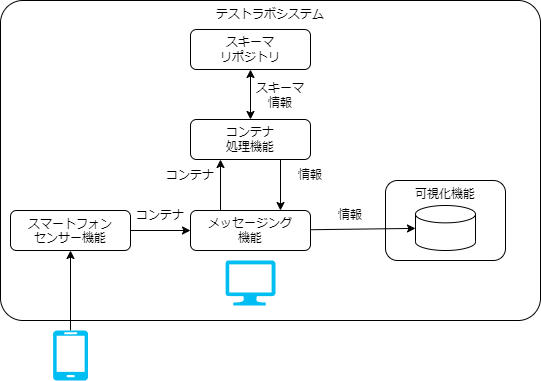
Before: docs/testlab_system/environment/overview_on_pc.drawio.png, a diagram exported from draw.io (data-container-for-wearable-sensor/StartGuide). Source tidied: cells renumbered, new cells last; positions are measured from the earlier drawing's top-left corner, leaving out a move shared by most shapes.
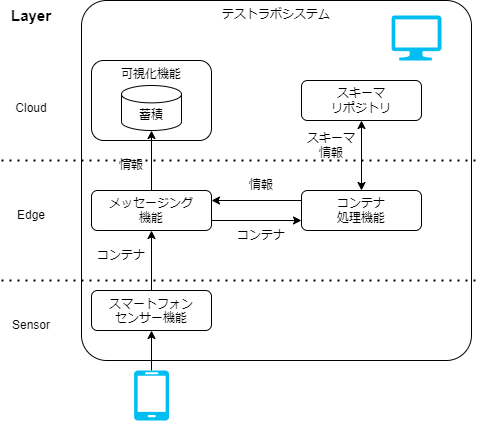
Later version of the same file.

What changed in the source:
```diff
@@ -3,49 +3,49 @@
     <mxCell id="0" />
     <mxCell id="1" parent="0" />
     <mxCell id="2" value="テストラボシステム" style="rounded=1;whiteSpace=wrap;html=1;fillColor=none;align=center;verticalAlign=top;arcSize=7;" parent="1" vertex="1">
-      <mxGeometry width="540" height="320" as="geometry" />
+      <mxGeometry x="110" y="-30" width="390" height="360" as="geometry" />
     </mxCell>
-    <mxCell id="3" style="edgeStyle=none;html=1;exitX=1;exitY=0.5;exitDx=0;exitDy=0;" parent="1" edge="1" source="4" target="6">
+    <mxCell id="3" style="edgeStyle=none;html=1;" parent="1" edge="1" source="4" target="6">
       <mxGeometry relative="1" as="geometry" />
     </mxCell>
     <mxCell id="4" value="&lt;span style=&quot;border-color: var(--border-color);&quot;&gt;スマートフォン&lt;/span&gt;&lt;br style=&quot;border-color: var(--border-color);&quot;&gt;&lt;span style=&quot;border-color: var(--border-color);&quot;&gt;センサー機能&lt;/span&gt;" style="rounded=1;whiteSpace=wrap;html=1;fillColor=none;verticalAlign=top;" parent="1" vertex="1">
-      <mxGeometry x="10" y="210" width="120" height="40" as="geometry" />
+      <mxGeometry x="120" y="260" width="120" height="40" as="geometry" />
     </mxCell>
     <mxCell id="5" style="edgeStyle=none;html=1;" parent="1" edge="1" source="6" target="13">
       <mxGeometry relative="1" as="geometry" />
     </mxCell>
     <mxCell id="6" value="メッセージング&lt;br&gt;機能" style="rounded=1;whiteSpace=wrap;html=1;fillColor=none;" parent="1" vertex="1">
-      <mxGeometry x="190" y="210" width="120" height="40" as="geometry" />
+      <mxGeometry x="120" y="160" width="120" height="40" as="geometry" />
     </mxCell>
     <mxCell id="7" value="コンテナ&lt;br&gt;処理機能" style="rounded=1;whiteSpace=wrap;html=1;fillColor=none;" parent="1" vertex="1">
-      <mxGeometry x="190" y="119" width="120" height="40" as="geometry" />
+      <mxGeometry x="330" y="160" width="120" height="40" as="geometry" />
     </mxCell>
     <mxCell id="8" value="情報" style="text;html=1;strokeColor=none;fillColor=none;align=center;verticalAlign=middle;whiteSpace=wrap;rounded=0;" parent="1" vertex="1">
-      <mxGeometry x="320" y="200" width="60" height="30" as="geometry" />
+      <mxGeometry x="130" y="120" width="60" height="30" as="geometry" />
     </mxCell>
     <mxCell id="9" value="コンテナ" style="text;html=1;strokeColor=none;fillColor=none;align=center;verticalAlign=middle;whiteSpace=wrap;rounded=0;" parent="1" vertex="1">
-      <mxGeometry x="130" y="200" width="60" height="30" as="geometry" />
+      <mxGeometry x="120" y="210" width="60" height="30" as="geometry" />
     </mxCell>
-    <mxCell id="10" style="endArrow=classic;html=1;exitX=0.25;exitY=0;exitDx=0;exitDy=0;entryX=0.25;entryY=1;entryDx=0;entryDy=0;" parent="1" edge="1" source="6" target="7">
+    <mxCell id="10" style="endArrow=classic;html=1;exitX=1;exitY=0.75;exitDx=0;exitDy=0;entryX=0;entryY=0.75;entryDx=0;entryDy=0;" parent="1" edge="1" source="6" target="7">
       <mxGeometry relative="1" as="geometry" />
     </mxCell>
-    <mxCell id="11" style="endArrow=classic;html=1;exitX=0.75;exitY=1;exitDx=0;exitDy=0;entryX=0.75;entryY=0;entryDx=0;entryDy=0;" parent="1" edge="1" source="7" target="6">
+    <mxCell id="11" style="endArrow=classic;html=1;exitX=0;exitY=0.25;exitDx=0;exitDy=0;entryX=1;entryY=0.25;entryDx=0;entryDy=0;" parent="1" edge="1" source="7" target="6">
       <mxGeometry relative="1" as="geometry" />
     </mxCell>
     <mxCell id="12" value="スキーマ&lt;br&gt;リポジトリ" style="rounded=1;whiteSpace=wrap;html=1;fillColor=none;" parent="1" vertex="1">
-      <mxGeometry x="190" y="29" width="120" height="40" as="geometry" />
+      <mxGeometry x="330" y="50" width="120" height="40" as="geometry" />
     </mxCell>
-    <mxCell id="13" style="shape=cylinder3;whiteSpace=wrap;html=1;boundedLbl=1;backgroundOutline=1;size=8.676963806152344;" parent="1" vertex="1">
-      <mxGeometry x="415" y="205" width="60" height="45" as="geometry" />
+    <mxCell id="13" value="蓄積" style="shape=cylinder3;whiteSpace=wrap;html=1;boundedLbl=1;backgroundOutline=1;size=8.676963806152344;" parent="1" vertex="1">
+      <mxGeometry x="150" y="55" width="60" height="45" as="geometry" />
     </mxCell>
     <mxCell id="14" value="コンテナ" style="text;html=1;strokeColor=none;fillColor=none;align=center;verticalAlign=middle;whiteSpace=wrap;rounded=0;" parent="1" vertex="1">
-      <mxGeometry x="160" y="160" width="60" height="30" as="geometry" />
+      <mxGeometry x="260" y="190" width="60" height="30" as="geometry" />
     </mxCell>
     <mxCell id="15" value="情報" style="text;html=1;strokeColor=none;fillColor=none;align=center;verticalAlign=middle;whiteSpace=wrap;rounded=0;" parent="1" vertex="1">
-      <mxGeometry x="280" y="160" width="60" height="30" as="geometry" />
+      <mxGeometry x="260" y="140" width="60" height="30" as="geometry" />
     </mxCell>
     <mxCell id="16" value="スキーマ情報" style="text;html=1;strokeColor=none;fillColor=none;align=center;verticalAlign=middle;whiteSpace=wrap;rounded=0;" parent="1" vertex="1">
-      <mxGeometry x="250" y="80" width="60" height="30" as="geometry" />
+      <mxGeometry x="330" y="100" width="60" height="30" as="geometry" />
     </mxCell>
     <mxCell id="17" style="endArrow=classic;startArrow=classic;html=1;entryX=0.5;entryY=1;entryDx=0;entryDy=0;exitX=0.5;exitY=0;exitDx=0;exitDy=0;" parent="1" edge="1" source="7" target="12">
       <mxGeometry relative="1" as="geometry" />
@@ -54,13 +54,37 @@
       <mxGeometry relative="1" as="geometry" />
     </mxCell>
     <mxCell id="19" style="verticalLabelPosition=bottom;html=1;verticalAlign=top;align=center;strokeColor=none;fillColor=#00BEF2;shape=mxgraph.azure.mobile;" parent="1" vertex="1">
-      <mxGeometry x="52.5" y="330" width="35" height="50" as="geometry" />
+      <mxGeometry x="162.5" y="340" width="35" height="50" as="geometry" />
     </mxCell>
     <mxCell id="20" style="verticalLabelPosition=bottom;html=1;verticalAlign=top;align=center;strokeColor=none;fillColor=#00BEF2;shape=mxgraph.azure.computer;" parent="1" vertex="1">
-      <mxGeometry x="225" y="260" width="50" height="45" as="geometry" />
+      <mxGeometry x="420" y="-15" width="50" height="45" as="geometry" />
     </mxCell>
     <mxCell id="21" value="可視化機能" style="rounded=1;whiteSpace=wrap;html=1;fillColor=none;verticalAlign=top;" parent="1" vertex="1">
-      <mxGeometry x="385" y="180" width="120" height="80" as="geometry" />
+      <mxGeometry x="120" y="30" width="120" height="80" as="geometry" />
     </mxCell>
+    <mxCell id="22" style="endArrow=none;dashed=1;html=1;dashPattern=1 3;strokeWidth=2;" parent="1" edge="1">
+      <mxGeometry relative="1" as="geometry">
+        <mxPoint x="30" y="130" as="sourcePoint" />
+        <mxPoint x="510" y="130" as="targetPoint" />
+      </mxGeometry>
+    </mxCell>
+    <mxCell id="23" style="endArrow=none;dashed=1;html=1;dashPattern=1 3;strokeWidth=2;" parent="1" edge="1">
+      <mxGeometry relative="1" as="geometry">
+        <mxPoint x="30" y="250" as="sourcePoint" />
+        <mxPoint x="510" y="250" as="targetPoint" />
+      </mxGeometry>
+    </mxCell>
+    <mxCell id="24" value="Cloud" style="text;html=1;strokeColor=none;fillColor=none;align=center;verticalAlign=middle;whiteSpace=wrap;rounded=0;" parent="1" vertex="1">
+      <mxGeometry x="30" y="62.5" width="60" height="30" as="geometry" />
+    </mxCell>
+    <mxCell id="25" value="Layer" style="text;html=1;strokeColor=none;fillColor=none;align=center;verticalAlign=middle;whiteSpace=wrap;rounded=0;fontStyle=1;fontSize=15;" parent="1" vertex="1">
+      <mxGeometry x="30" y="-30" width="60" height="30" as="geometry" />
+    </mxCell>
+    <mxCell id="26" value="Edge" style="text;html=1;strokeColor=none;fillColor=none;align=center;verticalAlign=middle;whiteSpace=wrap;rounded=0;" parent="1" vertex="1">
+      <mxGeometry x="30" y="170" width="60" height="30" as="geometry" />
+    </mxCell>
+    <mxCell id="27" value="Sensor" style="text;html=1;strokeColor=none;fillColor=none;align=center;verticalAlign=middle;whiteSpace=wrap;rounded=0;" parent="1" vertex="1">
+      <mxGeometry x="30" y="280" width="60" height="30" as="geometry" />
+    </mxCell>
   </root>
 </mxGraphModel>
```
